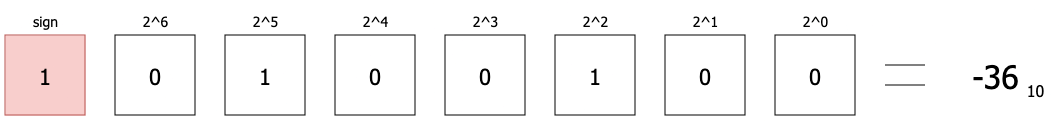
This is content/posts/quantization/sign_int.png from DWarez/dwarez.github.io, a draw.io export, as it was before one commit. Source tidied: cells renumbered, new cells last; positions are measured from the earlier drawing's top-left corner, leaving out a move shared by most shapes.
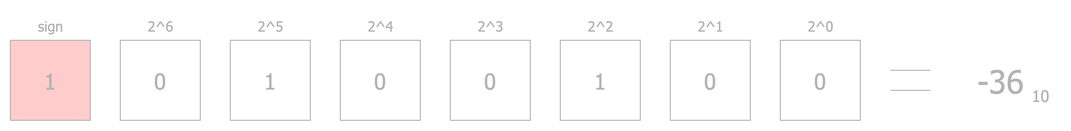
The same file after the commit.

The edit, as a diff of the source:
```diff
@@ -2,76 +2,76 @@
   <root>
     <mxCell id="0" />
     <mxCell id="1" parent="0" />
-    <mxCell id="2" value="&lt;font style=&quot;font-size: 22px;&quot; face=&quot;Tahoma&quot;&gt;1&lt;/font&gt;" style="rounded=0;whiteSpace=wrap;html=1;labelBackgroundColor=none;fillColor=#f8cecc;strokeColor=#b85450;" parent="1" vertex="1">
-      <mxGeometry y="30" width="80" height="80" as="geometry" />
-    </mxCell>
-    <mxCell id="3" value="&lt;font face=&quot;Tahoma&quot; style=&quot;font-size: 22px;&quot;&gt;0&lt;/font&gt;" style="rounded=0;whiteSpace=wrap;html=1;" parent="1" vertex="1">
-      <mxGeometry x="110" y="30" width="80" height="80" as="geometry" />
-    </mxCell>
-    <mxCell id="4" value="&lt;font style=&quot;font-size: 22px;&quot; face=&quot;Tahoma&quot;&gt;1&lt;/font&gt;" style="rounded=0;whiteSpace=wrap;html=1;" parent="1" vertex="1">
-      <mxGeometry x="220" y="30" width="80" height="80" as="geometry" />
-    </mxCell>
-    <mxCell id="5" value="&lt;font face=&quot;Tahoma&quot; style=&quot;font-size: 22px;&quot;&gt;0&lt;/font&gt;" style="rounded=0;whiteSpace=wrap;html=1;" parent="1" vertex="1">
-      <mxGeometry x="330" y="30" width="80" height="80" as="geometry" />
-    </mxCell>
-    <mxCell id="6" value="&lt;font face=&quot;Tahoma&quot; style=&quot;font-size: 22px;&quot;&gt;0&lt;/font&gt;" style="rounded=0;whiteSpace=wrap;html=1;" parent="1" vertex="1">
-      <mxGeometry x="440" y="30" width="80" height="80" as="geometry" />
-    </mxCell>
-    <mxCell id="7" value="&lt;font style=&quot;font-size: 22px;&quot; face=&quot;Tahoma&quot;&gt;1&lt;/font&gt;" style="rounded=0;whiteSpace=wrap;html=1;" parent="1" vertex="1">
-      <mxGeometry x="550" y="30" width="80" height="80" as="geometry" />
-    </mxCell>
-    <mxCell id="8" value="&lt;font face=&quot;Tahoma&quot; style=&quot;font-size: 22px;&quot;&gt;0&lt;/font&gt;" style="rounded=0;whiteSpace=wrap;html=1;" parent="1" vertex="1">
-      <mxGeometry x="660" y="30" width="80" height="80" as="geometry" />
-    </mxCell>
-    <mxCell id="9" value="&lt;font face=&quot;Tahoma&quot; style=&quot;font-size: 22px;&quot;&gt;0&lt;/font&gt;" style="rounded=0;whiteSpace=wrap;html=1;" parent="1" vertex="1">
-      <mxGeometry x="770" y="30" width="80" height="80" as="geometry" />
-    </mxCell>
+    <mxCell id="22" value="&lt;font style=&quot;font-size: 22px;&quot; face=&quot;Tahoma&quot;&gt;1&lt;/font&gt;" style="rounded=0;whiteSpace=wrap;html=1;labelBackgroundColor=none;fillColor=#FFCCCC;strokeColor=#B3B3B3;fontColor=#B3B3B3;" parent="1" vertex="1">
+      <mxGeometry y="30" width="80" height="80" as="geometry" />
+    </mxCell>
+    <mxCell id="23" value="&lt;font face=&quot;Tahoma&quot; style=&quot;font-size: 22px;&quot;&gt;0&lt;/font&gt;" style="rounded=0;whiteSpace=wrap;html=1;fontColor=#B3B3B3;strokeColor=#B3B3B3;" parent="1" vertex="1">
+      <mxGeometry x="110" y="30" width="80" height="80" as="geometry" />
+    </mxCell>
+    <mxCell id="24" value="&lt;font style=&quot;font-size: 22px;&quot; face=&quot;Tahoma&quot;&gt;1&lt;/font&gt;" style="rounded=0;whiteSpace=wrap;html=1;fontColor=#B3B3B3;strokeColor=#B3B3B3;" parent="1" vertex="1">
+      <mxGeometry x="220" y="30" width="80" height="80" as="geometry" />
+    </mxCell>
+    <mxCell id="25" value="&lt;font face=&quot;Tahoma&quot; style=&quot;font-size: 22px;&quot;&gt;0&lt;/font&gt;" style="rounded=0;whiteSpace=wrap;html=1;fontColor=#B3B3B3;strokeColor=#B3B3B3;" parent="1" vertex="1">
+      <mxGeometry x="330" y="30" width="80" height="80" as="geometry" />
+    </mxCell>
+    <mxCell id="26" value="&lt;font face=&quot;Tahoma&quot; style=&quot;font-size: 22px;&quot;&gt;0&lt;/font&gt;" style="rounded=0;whiteSpace=wrap;html=1;fontColor=#B3B3B3;strokeColor=#B3B3B3;" parent="1" vertex="1">
+      <mxGeometry x="440" y="30" width="80" height="80" as="geometry" />
+    </mxCell>
+    <mxCell id="27" value="&lt;font style=&quot;font-size: 22px;&quot; face=&quot;Tahoma&quot;&gt;1&lt;/font&gt;" style="rounded=0;whiteSpace=wrap;html=1;fontColor=#B3B3B3;strokeColor=#B3B3B3;" parent="1" vertex="1">
+      <mxGeometry x="550" y="30" width="80" height="80" as="geometry" />
+    </mxCell>
+    <mxCell id="28" value="&lt;font face=&quot;Tahoma&quot; style=&quot;font-size: 22px;&quot;&gt;0&lt;/font&gt;" style="rounded=0;whiteSpace=wrap;html=1;fontColor=#B3B3B3;strokeColor=#B3B3B3;" parent="1" vertex="1">
+      <mxGeometry x="660" y="30" width="80" height="80" as="geometry" />
+    </mxCell>
+    <mxCell id="29" value="&lt;font face=&quot;Tahoma&quot; style=&quot;font-size: 22px;&quot;&gt;0&lt;/font&gt;" style="rounded=0;whiteSpace=wrap;html=1;fontColor=#B3B3B3;strokeColor=#B3B3B3;" parent="1" vertex="1">
+      <mxGeometry x="770" y="30" width="80" height="80" as="geometry" />
+    </mxCell>
-    <mxCell id="10" value="sign" style="text;html=1;align=center;verticalAlign=middle;strokeColor=none;fillColor=none;fontFamily=Tahoma;fontSize=14;" parent="1" vertex="1">
+    <mxCell id="10" value="sign" style="text;html=1;align=center;verticalAlign=middle;strokeColor=none;fillColor=none;fontFamily=Tahoma;fontSize=14;fontColor=#B3B3B3;" parent="1" vertex="1">
       <mxGeometry x="15" width="50" height="30" as="geometry" />
     </mxCell>
-    <mxCell id="11" value="2^6" style="text;html=1;align=center;verticalAlign=middle;strokeColor=none;fillColor=none;fontFamily=Tahoma;fontSize=14;" parent="1" vertex="1">
+    <mxCell id="11" value="2^6" style="text;html=1;align=center;verticalAlign=middle;strokeColor=none;fillColor=none;fontFamily=Tahoma;fontSize=14;fontColor=#B3B3B3;" parent="1" vertex="1">
       <mxGeometry x="125" width="50" height="30" as="geometry" />
     </mxCell>
-    <mxCell id="12" value="2^5" style="text;html=1;align=center;verticalAlign=middle;strokeColor=none;fillColor=none;fontFamily=Tahoma;fontSize=14;" parent="1" vertex="1">
+    <mxCell id="12" value="2^5" style="text;html=1;align=center;verticalAlign=middle;strokeColor=none;fillColor=none;fontFamily=Tahoma;fontSize=14;fontColor=#B3B3B3;" parent="1" vertex="1">
       <mxGeometry x="235" width="50" height="30" as="geometry" />
     </mxCell>
-    <mxCell id="13" value="2^4" style="text;html=1;align=center;verticalAlign=middle;strokeColor=none;fillColor=none;fontFamily=Tahoma;fontSize=14;" parent="1" vertex="1">
+    <mxCell id="13" value="2^4" style="text;html=1;align=center;verticalAlign=middle;strokeColor=none;fillColor=none;fontFamily=Tahoma;fontSize=14;fontColor=#B3B3B3;" parent="1" vertex="1">
       <mxGeometry x="345" width="50" height="30" as="geometry" />
     </mxCell>
-    <mxCell id="14" value="2^3" style="text;html=1;align=center;verticalAlign=middle;strokeColor=none;fillColor=none;fontFamily=Tahoma;fontSize=14;" parent="1" vertex="1">
+    <mxCell id="14" value="2^3" style="text;html=1;align=center;verticalAlign=middle;strokeColor=none;fillColor=none;fontFamily=Tahoma;fontSize=14;fontColor=#B3B3B3;" parent="1" vertex="1">
       <mxGeometry x="455" width="50" height="30" as="geometry" />
     </mxCell>
-    <mxCell id="15" value="2^2" style="text;html=1;align=center;verticalAlign=middle;strokeColor=none;fillColor=none;fontFamily=Tahoma;fontSize=14;" parent="1" vertex="1">
+    <mxCell id="15" value="2^2" style="text;html=1;align=center;verticalAlign=middle;strokeColor=none;fillColor=none;fontFamily=Tahoma;fontSize=14;fontColor=#B3B3B3;" parent="1" vertex="1">
       <mxGeometry x="565" width="50" height="30" as="geometry" />
     </mxCell>
-    <mxCell id="16" value="2^1" style="text;html=1;align=center;verticalAlign=middle;strokeColor=none;fillColor=none;fontFamily=Tahoma;fontSize=14;" parent="1" vertex="1">
+    <mxCell id="16" value="2^1" style="text;html=1;align=center;verticalAlign=middle;strokeColor=none;fillColor=none;fontFamily=Tahoma;fontSize=14;fontColor=#B3B3B3;" parent="1" vertex="1">
       <mxGeometry x="675" width="50" height="30" as="geometry" />
     </mxCell>
-    <mxCell id="17" value="2^0" style="text;html=1;align=center;verticalAlign=middle;strokeColor=none;fillColor=none;fontFamily=Tahoma;fontSize=14;" parent="1" vertex="1">
+    <mxCell id="17" value="2^0" style="text;html=1;align=center;verticalAlign=middle;strokeColor=none;fillColor=none;fontFamily=Tahoma;fontSize=14;fontColor=#B3B3B3;" parent="1" vertex="1">
       <mxGeometry x="785" width="50" height="30" as="geometry" />
     </mxCell>
-    <mxCell id="18" style="endArrow=none;html=1;rounded=0;" parent="1" edge="1">
-      <mxGeometry relative="1" as="geometry">
-        <mxPoint x="880" y="60" as="sourcePoint" />
-        <mxPoint x="920" y="60" as="targetPoint" />
-        <Array as="points">
-          <mxPoint x="900" y="60" />
-        </Array>
-      </mxGeometry>
-    </mxCell>
-    <mxCell id="19" style="endArrow=none;html=1;rounded=0;" parent="1" edge="1">
-      <mxGeometry relative="1" as="geometry">
-        <mxPoint x="880" y="80" as="sourcePoint" />
-        <mxPoint x="920" y="80" as="targetPoint" />
-        <Array as="points">
-          <mxPoint x="900" y="80" />
-        </Array>
-      </mxGeometry>
-    </mxCell>
+    <mxCell id="30" style="endArrow=none;html=1;rounded=0;fontColor=#B3B3B3;fillColor=#e1d5e7;strokeColor=#B3B3B3;" parent="1" edge="1">
+      <mxGeometry relative="1" as="geometry">
+        <mxPoint x="880" y="60" as="sourcePoint" />
+        <mxPoint x="920" y="60" as="targetPoint" />
+        <Array as="points">
+          <mxPoint x="900" y="60" />
+        </Array>
+      </mxGeometry>
+    </mxCell>
+    <mxCell id="31" style="endArrow=none;html=1;rounded=0;fontColor=#B3B3B3;fillColor=#e1d5e7;strokeColor=#B3B3B3;" parent="1" edge="1">
+      <mxGeometry relative="1" as="geometry">
+        <mxPoint x="880" y="80" as="sourcePoint" />
+        <mxPoint x="920" y="80" as="targetPoint" />
+        <Array as="points">
+          <mxPoint x="900" y="80" />
+        </Array>
+      </mxGeometry>
+    </mxCell>
-    <mxCell id="20" value="&lt;font style=&quot;font-size: 32px;&quot; face=&quot;Tahoma&quot;&gt;-36&lt;/font&gt;" style="text;html=1;align=center;verticalAlign=middle;strokeColor=none;fillColor=none;" parent="1" vertex="1">
+    <mxCell id="20" value="&lt;font style=&quot;font-size: 32px;&quot; face=&quot;Tahoma&quot;&gt;-36&lt;/font&gt;" style="text;html=1;align=center;verticalAlign=middle;strokeColor=none;fillColor=none;fontColor=#B3B3B3;" parent="1" vertex="1">
       <mxGeometry x="955" y="45" width="70" height="50" as="geometry" />
     </mxCell>
-    <mxCell id="21" value="10" style="text;html=1;align=center;verticalAlign=middle;strokeColor=none;fillColor=none;fontFamily=Tahoma;fontSize=16;" parent="1" vertex="1">
+    <mxCell id="21" value="10" style="text;html=1;align=center;verticalAlign=middle;strokeColor=none;fillColor=none;fontFamily=Tahoma;fontSize=16;fontColor=#B3B3B3;" parent="1" vertex="1">
       <mxGeometry x="1010" y="70" width="40" height="30" as="geometry" />
     </mxCell>
   </root>
```
